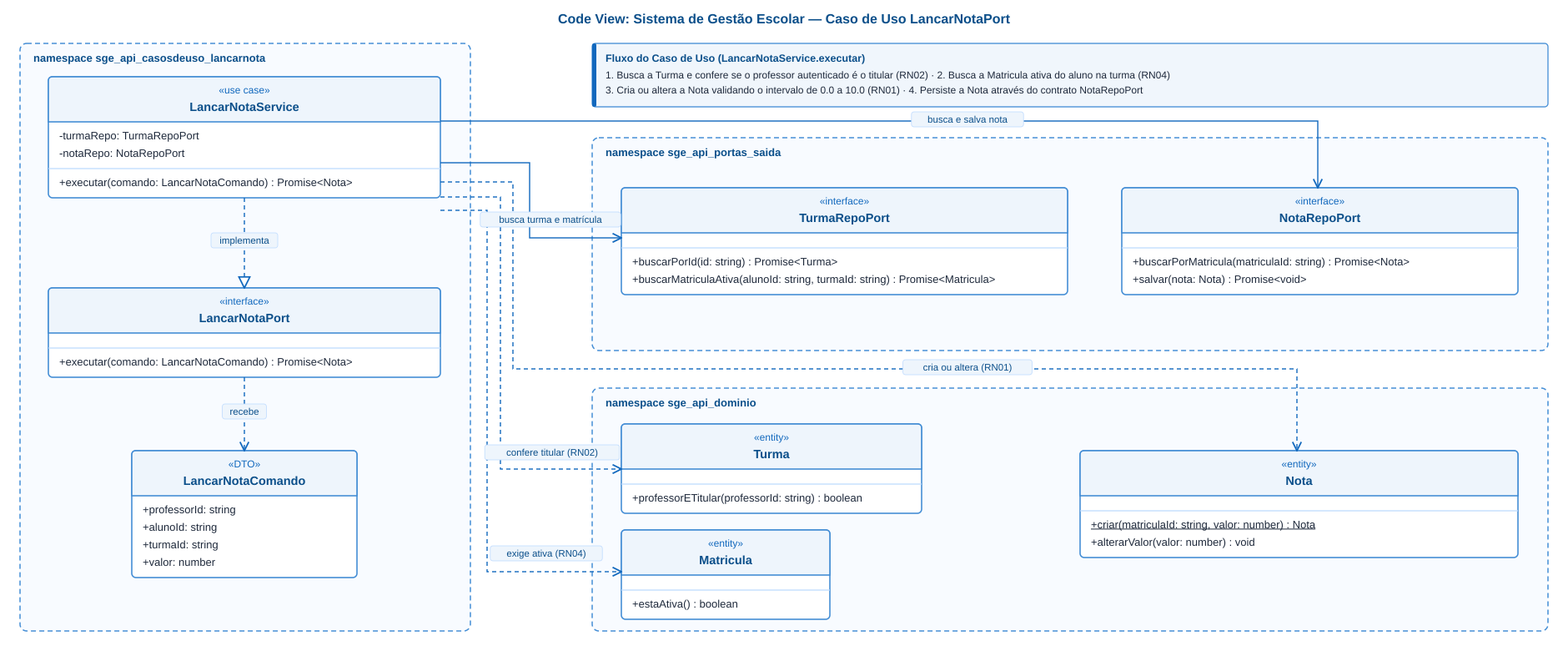
cicerocarnauba/sistema-gestao-escolar keeps this Mermaid diagram as docs/img/codigo-lancar-nota.png. Above is the earlier version. Its source is kept beside it as docs/codigo-lancar-nota.mmd.
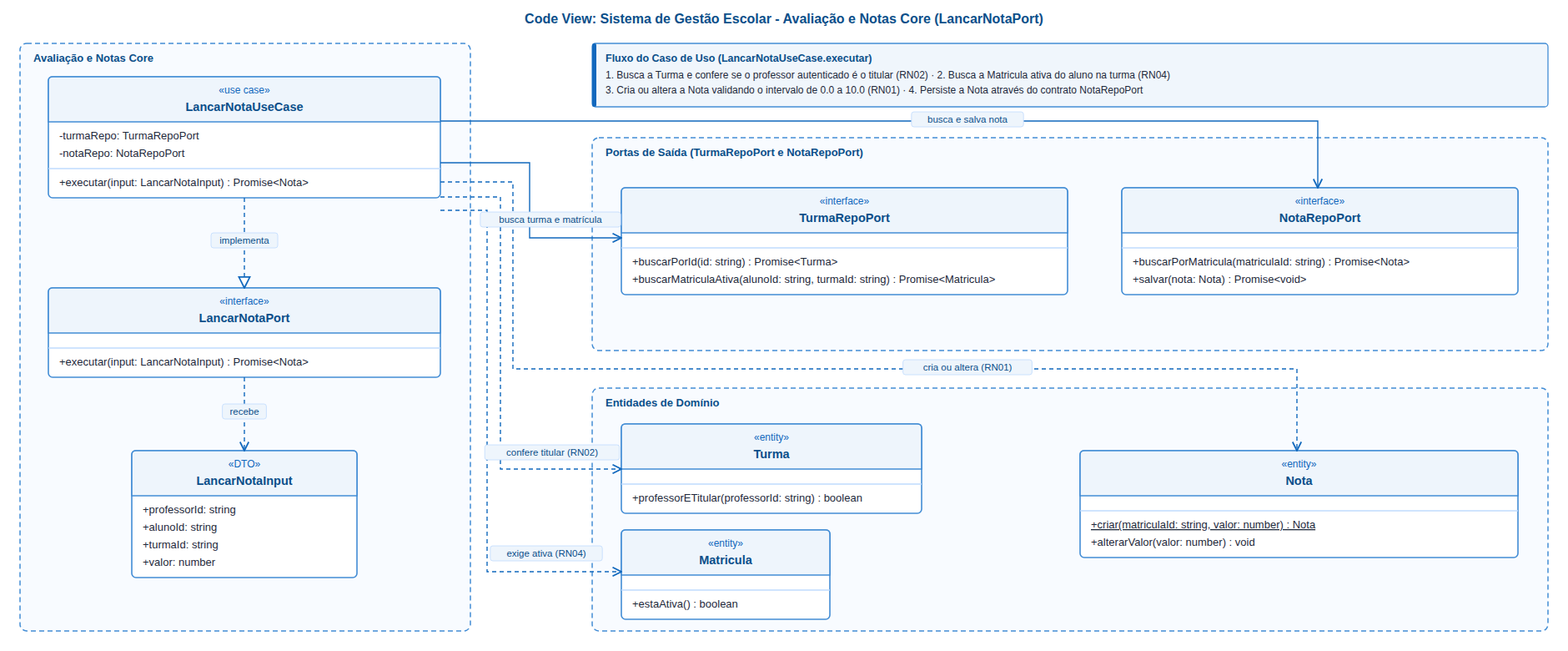
Above is the later version.

The edit, as a diff of the source:
```diff
@@ -1,23 +1,23 @@
 ---
-title: "Code View: Sistema de Gestão Escolar - API de Gestão Escolar - LancarNotaPort"
+title: "Code View: Sistema de Gestão Escolar - Avaliação e Notas Core (LancarNotaPort)"
 ---
 classDiagram
 direction TB
 
-namespace sge_api_casosdeuso_lancarnota {
-  class LancarNotaService {
+namespace Avaliacao_e_Notas_Core {
+  class LancarNotaUseCase {
     <<use case>>
     -turmaRepo: TurmaRepoPort
     -notaRepo: NotaRepoPort
-    +executar(comando: LancarNotaComando) Promise~Nota~
+    +executar(input: LancarNotaInput) Promise~Nota~
   }
 
   class LancarNotaPort {
     <<interface>>
-    +executar(comando: LancarNotaComando) Promise~Nota~
+    +executar(input: LancarNotaInput) Promise~Nota~
   }
 
-  class LancarNotaComando {
+  class LancarNotaInput {
     <<DTO>>
     +professorId: string
     +alunoId: string
@@ -26,7 +26,7 @@
   }
 }
 
-namespace sge_api_portas_saida {
+namespace Output_Ports {
   class TurmaRepoPort {
     <<interface>>
     +buscarPorId(id: string) Promise~Turma~
@@ -40,7 +40,7 @@
   }
 }
 
-namespace sge_api_dominio {
+namespace Dominio {
   class Turma {
     <<entity>>
     +professorETitular(professorId: string) boolean
@@ -58,12 +58,12 @@
   }
 }
 
-LancarNotaService ..|> LancarNotaPort : implementa
-LancarNotaPort ..> LancarNotaComando : recebe
-LancarNotaService --> TurmaRepoPort : busca turma e matrícula
-LancarNotaService --> NotaRepoPort : busca e salva nota
-LancarNotaService ..> Turma : confere titular (RN02)
-LancarNotaService ..> Matricula : exige ativa (RN04)
-LancarNotaService ..> Nota : cria ou altera (RN01)
+LancarNotaUseCase ..|> LancarNotaPort : implementa
+LancarNotaPort ..> LancarNotaInput : recebe
+LancarNotaUseCase --> TurmaRepoPort : busca turma e matrícula
+LancarNotaUseCase --> NotaRepoPort : busca e salva nota
+LancarNotaUseCase ..> Turma : confere titular (RN02)
+LancarNotaUseCase ..> Matricula : exige ativa (RN04)
+LancarNotaUseCase ..> Nota : cria ou altera (RN01)
 
-note for LancarNotaService "1. busca a Turma e confere o professor titular (RN02)\n2. busca a Matricula ativa do aluno (RN04)\n3. cria ou altera a Nota, validando 0 a 10 (RN01)\n4. salva pelo NotaRepoPort"
+note for LancarNotaUseCase "1. busca a Turma e confere o professor titular (RN02)\n2. busca a Matricula ativa do aluno (RN04)\n3. cria ou altera a Nota, validando 0 a 10 (RN01)\n4. salva pelo NotaRepoPort"
```
